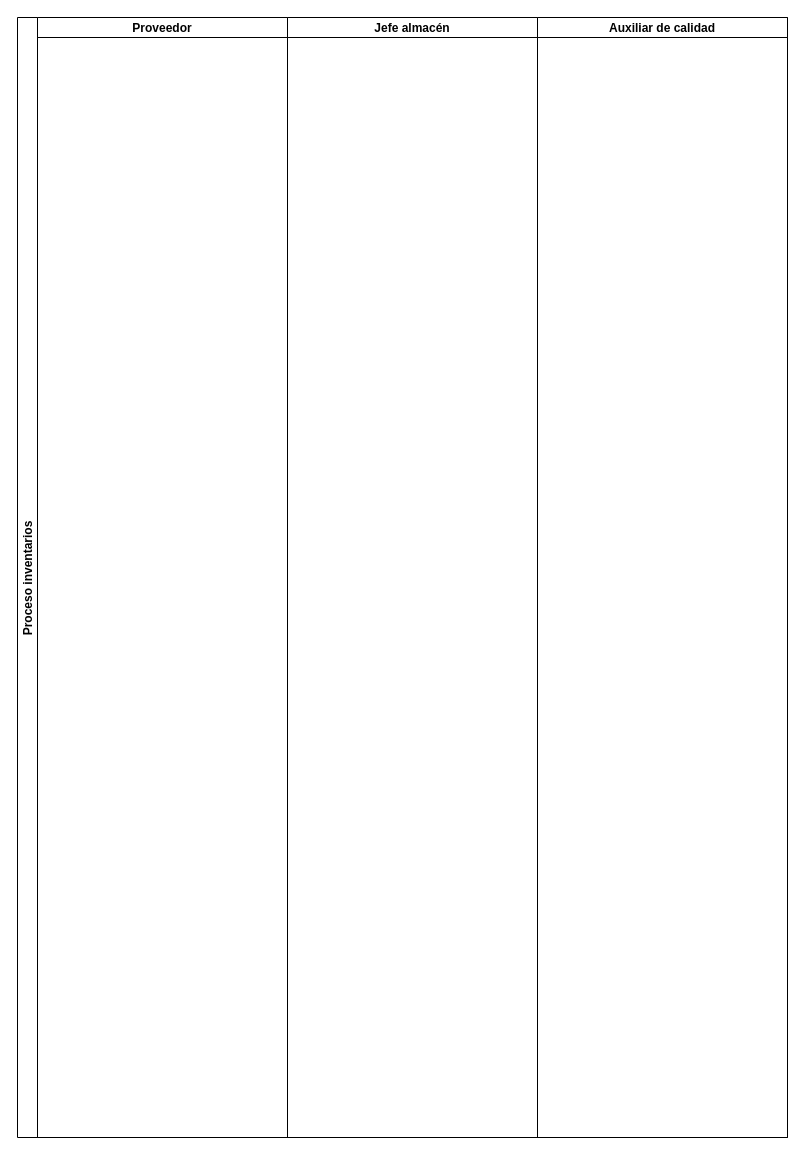
Earlier version of the draw.io diagram page "Page-1" (1 of 2) of 172285_Arandia_Proceso invetarios.drawio (FerAran/Flowchart). Source tidied: cells renumbered, new cells numbered last; positions are measured from the earlier drawing's top-left corner, leaving out a move shared by most shapes. Both pictures are drawn from the tidied source at 100%, with x=0, y=0 at pixel (17, 17).
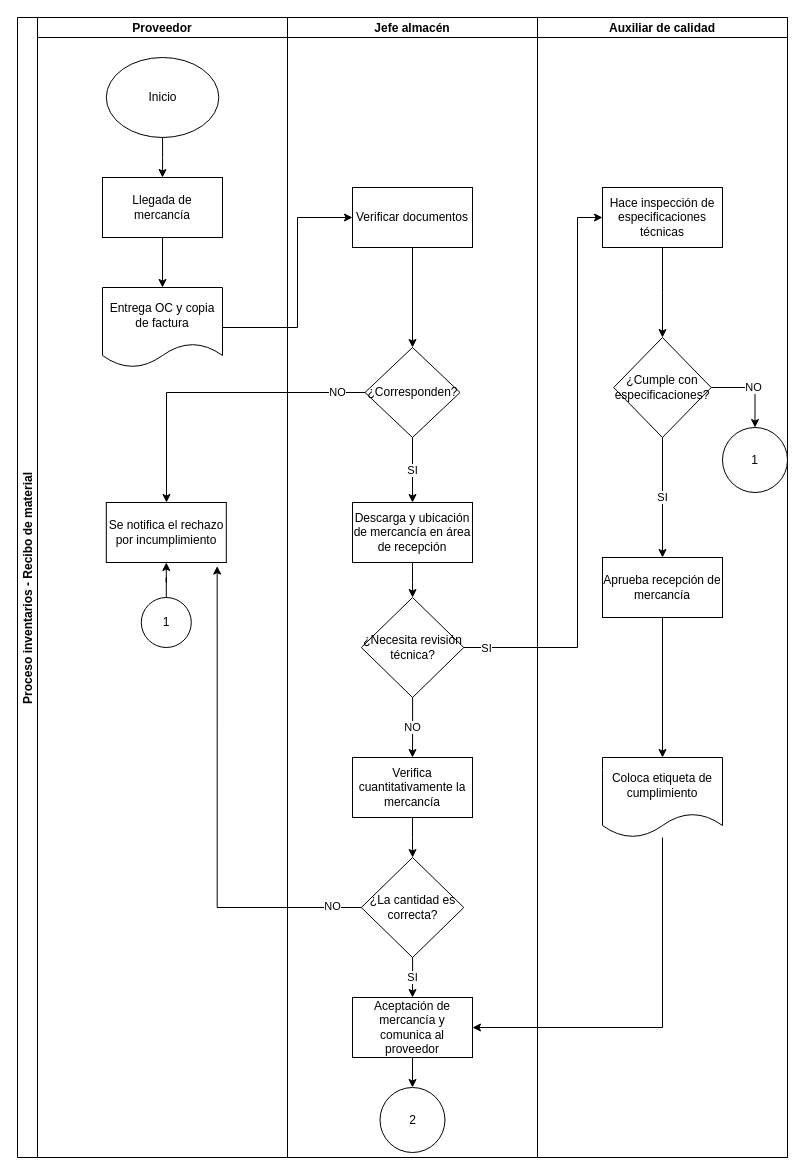
After the change.

The edit, as a diff of the source:
```diff
@@
-    <mxCell id="2" value="Proceso inventarios" style="swimlane;startSize=20;horizontal=0;" parent="1" vertex="1">
-      <mxGeometry width="770" height="1120" as="geometry" />
+    <mxCell id="2" value="Proceso inventarios - Recibo de material" style="swimlane;startSize=20;horizontal=0;" parent="1" vertex="1">
+      <mxGeometry width="770" height="1140" as="geometry" />
     </mxCell>
     <mxCell id="3" value="Proveedor" style="swimlane;startSize=20;" parent="2" vertex="1">
-      <mxGeometry x="20" width="250" height="1120" as="geometry" />
+      <mxGeometry x="20" width="250" height="1140" as="geometry" />
     </mxCell>
+    <mxCell id="6" value="Inicio" style="ellipse;whiteSpace=wrap;html=1;" parent="3" vertex="1">
+      <mxGeometry x="68.8" y="40" width="112.5" height="80" as="geometry" />
+    </mxCell>
+    <mxCell id="7" style="edgeStyle=orthogonalEdgeStyle;rounded=0;jettySize=auto;html=1;" parent="3" edge="1" source="8" target="10">
+      <mxGeometry relative="1" as="geometry" />
+    </mxCell>
+    <mxCell id="8" value="Llegada de mercancía" style="whiteSpace=wrap;html=1;" parent="3" vertex="1">
+      <mxGeometry x="65" y="160" width="120" height="60" as="geometry" />
+    </mxCell>
+    <mxCell id="9" style="edgeStyle=orthogonalEdgeStyle;rounded=0;jettySize=auto;html=1;" parent="3" edge="1" source="6" target="8">
+      <mxGeometry relative="1" as="geometry" />
+    </mxCell>
+    <mxCell id="10" value="Entrega OC y copia de factura" style="shape=document;whiteSpace=wrap;html=1;boundedLbl=1;" parent="3" vertex="1">
+      <mxGeometry x="65" y="270" width="120" height="80" as="geometry" />
+    </mxCell>
+    <mxCell id="11" value="Se notifica el rechazo por incumplimiento" style="whiteSpace=wrap;html=1;" parent="3" vertex="1">
+      <mxGeometry x="68.8" y="485" width="120" height="60" as="geometry" />
+    </mxCell>
+    <mxCell id="12" style="edgeStyle=orthogonalEdgeStyle;rounded=0;jettySize=auto;html=1;" parent="3" edge="1" source="13" target="11">
+      <mxGeometry relative="1" as="geometry" />
+    </mxCell>
+    <mxCell id="13" value="1" style="ellipse;whiteSpace=wrap;html=1;" parent="3" vertex="1">
+      <mxGeometry x="103.8" y="580" width="50" height="50" as="geometry" />
+    </mxCell>
     <mxCell id="4" value="Jefe almacén" style="swimlane;startSize=20;" parent="2" vertex="1">
-      <mxGeometry x="270" width="250" height="1120" as="geometry" />
+      <mxGeometry x="270" width="250" height="1140" as="geometry" />
     </mxCell>
+    <mxCell id="14" style="edgeStyle=orthogonalEdgeStyle;rounded=0;jettySize=auto;html=1;" parent="4" edge="1" source="15" target="16">
+      <mxGeometry relative="1" as="geometry" />
+    </mxCell>
+    <mxCell id="15" value="Verificar documentos" style="whiteSpace=wrap;html=1;" parent="4" vertex="1">
+      <mxGeometry x="65" y="170" width="120" height="60" as="geometry" />
+    </mxCell>
+    <mxCell id="16" value="¿Corresponden?" style="rhombus;whiteSpace=wrap;html=1;" parent="4" vertex="1">
+      <mxGeometry x="77.5" y="330" width="95" height="90" as="geometry" />
+    </mxCell>
+    <mxCell id="17" style="edgeStyle=orthogonalEdgeStyle;rounded=0;jettySize=auto;html=1;" parent="4" edge="1" source="18" target="21">
+      <mxGeometry relative="1" as="geometry" />
+    </mxCell>
+    <mxCell id="18" value="Descarga y ubicación de mercancía en área de recepción" style="whiteSpace=wrap;html=1;" parent="4" vertex="1">
+      <mxGeometry x="65" y="485" width="120" height="60" as="geometry" />
+    </mxCell>
+    <mxCell id="19" value="SI" style="edgeStyle=orthogonalEdgeStyle;rounded=0;jettySize=auto;html=1;" parent="4" edge="1" source="16" target="18">
+      <mxGeometry relative="1" as="geometry" />
+    </mxCell>
+    <mxCell id="20" value="NO" style="edgeStyle=orthogonalEdgeStyle;rounded=0;jettySize=auto;html=1;" parent="4" edge="1" source="21" target="23">
+      <mxGeometry relative="1" as="geometry" />
+    </mxCell>
+    <mxCell id="21" value="¿Necesita revisión técnica?" style="rhombus;whiteSpace=wrap;html=1;" parent="4" vertex="1">
+      <mxGeometry x="73.8" y="580" width="102.5" height="100" as="geometry" />
+    </mxCell>
+    <mxCell id="22" style="edgeStyle=orthogonalEdgeStyle;rounded=0;jettySize=auto;html=1;" parent="4" edge="1" source="23" target="25">
+      <mxGeometry relative="1" as="geometry" />
+    </mxCell>
+    <mxCell id="23" value="Verifica cuantitativamente la mercancía" style="whiteSpace=wrap;html=1;" parent="4" vertex="1">
+      <mxGeometry x="65" y="740" width="120" height="60" as="geometry" />
+    </mxCell>
+    <mxCell id="24" value="SI" style="edgeStyle=orthogonalEdgeStyle;rounded=0;jettySize=auto;html=1;" parent="4" edge="1" source="25" target="27">
+      <mxGeometry relative="1" as="geometry" />
+    </mxCell>
+    <mxCell id="25" value="¿La cantidad es correcta?" style="rhombus;whiteSpace=wrap;html=1;" parent="4" vertex="1">
+      <mxGeometry x="73.8" y="840" width="102.5" height="100" as="geometry" />
+    </mxCell>
+    <mxCell id="26" style="edgeStyle=orthogonalEdgeStyle;rounded=0;jettySize=auto;html=1;entryX=0.5;entryY=0;entryDx=0;entryDy=0;" parent="4" edge="1" source="27" target="28">
+      <mxGeometry relative="1" as="geometry" />
+    </mxCell>
+    <mxCell id="27" value="Aceptación de mercancía y comunica al proveedor" style="whiteSpace=wrap;html=1;" parent="4" vertex="1">
+      <mxGeometry x="65" y="980" width="120" height="60" as="geometry" />
+    </mxCell>
+    <mxCell id="28" value="2" style="ellipse;whiteSpace=wrap;html=1;" parent="4" vertex="1">
+      <mxGeometry x="92.5" y="1070" width="65" height="65" as="geometry" />
+    </mxCell>
     <mxCell id="5" value="Auxiliar de calidad" style="swimlane;startSize=20;" parent="2" vertex="1">
-      <mxGeometry x="520" width="250" height="1120" as="geometry" />
+      <mxGeometry x="520" width="250" height="1140" as="geometry" />
     </mxCell>
+    <mxCell id="29" value="Hace inspección de especificaciones técnicas" style="whiteSpace=wrap;html=1;" parent="5" vertex="1">
+      <mxGeometry x="65" y="170" width="120" height="60" as="geometry" />
+    </mxCell>
+    <mxCell id="30" value="NO" style="edgeStyle=orthogonalEdgeStyle;rounded=0;jettySize=auto;html=1;entryX=0.5;entryY=0;entryDx=0;entryDy=0;" parent="5" edge="1" source="31" target="33">
+      <mxGeometry relative="1" as="geometry">
+        <Array as="points">
+          <mxPoint x="218" y="370" />
+        </Array>
+      </mxGeometry>
+    </mxCell>
+    <mxCell id="31" value="¿Cumple con especificaciones?" style="rhombus;whiteSpace=wrap;html=1;" parent="5" vertex="1">
+      <mxGeometry x="76.2" y="320" width="97.5" height="100" as="geometry" />
+    </mxCell>
+    <mxCell id="32" style="edgeStyle=orthogonalEdgeStyle;rounded=0;jettySize=auto;html=1;" parent="5" edge="1" source="29" target="31">
+      <mxGeometry relative="1" as="geometry" />
+    </mxCell>
+    <mxCell id="33" value="1" style="ellipse;whiteSpace=wrap;html=1;" parent="5" vertex="1">
+      <mxGeometry x="185" y="410" width="65" height="65" as="geometry" />
+    </mxCell>
+    <mxCell id="34" value="Coloca etiqueta de cumplimiento" style="shape=document;whiteSpace=wrap;html=1;boundedLbl=1;" parent="5" vertex="1">
+      <mxGeometry x="65" y="740" width="120" height="80" as="geometry" />
+    </mxCell>
+    <mxCell id="35" value="NO" style="edgeStyle=orthogonalEdgeStyle;rounded=0;jettySize=auto;html=1;exitX=0;exitY=0.5;exitDx=0;exitDy=0;" parent="2" edge="1" source="16" target="11">
+      <mxGeometry x="-0.82" relative="1" as="geometry">
+        <Array as="points">
+          <mxPoint x="149" y="375" />
+        </Array>
+      </mxGeometry>
+    </mxCell>
+    <mxCell id="36" style="edgeStyle=orthogonalEdgeStyle;rounded=0;jettySize=auto;html=1;exitX=1;exitY=0.5;exitDx=0;exitDy=0;entryX=0;entryY=0.5;entryDx=0;entryDy=0;" parent="2" edge="1" source="10" target="15">
+      <mxGeometry relative="1" as="geometry">
+        <Array as="points">
+          <mxPoint x="280" y="310" />
+          <mxPoint x="280" y="200" />
+        </Array>
+      </mxGeometry>
+    </mxCell>
+    <mxCell id="37" style="edgeStyle=orthogonalEdgeStyle;rounded=0;jettySize=auto;html=1;" parent="2" edge="1" source="21" target="29">
+      <mxGeometry relative="1" as="geometry">
+        <Array as="points">
+          <mxPoint x="560" y="630" />
+          <mxPoint x="560" y="200" />
+        </Array>
+      </mxGeometry>
+    </mxCell>
+    <mxCell id="38" value="SI" style="edgeLabel;html=1;align=center;verticalAlign=middle;" parent="37" vertex="1">
+      <mxGeometry x="-0.76" y="-1" relative="1" as="geometry">
+        <mxPoint x="-46" y="-1" as="offset" />
+      </mxGeometry>
+    </mxCell>
+    <mxCell id="39" style="edgeStyle=orthogonalEdgeStyle;rounded=0;jettySize=auto;html=1;entryX=0.924;entryY=1.061;entryDx=0;entryDy=0;entryPerimeter=0;" parent="2" edge="1" source="25" target="11">
+      <mxGeometry relative="1" as="geometry" />
+    </mxCell>
+    <mxCell id="40" value="NO" style="edgeLabel;html=1;align=center;verticalAlign=middle;" parent="39" vertex="1">
+      <mxGeometry x="-0.88" y="-2" relative="1" as="geometry" />
+    </mxCell>
+    <mxCell id="41" style="edgeStyle=orthogonalEdgeStyle;rounded=0;jettySize=auto;html=1;entryX=1;entryY=0.5;entryDx=0;entryDy=0;" parent="2" edge="1" source="34" target="27">
+      <mxGeometry relative="1" as="geometry">
+        <Array as="points">
+          <mxPoint x="645" y="1010" />
+        </Array>
+      </mxGeometry>
+    </mxCell>
+    <mxCell id="42" style="edgeStyle=orthogonalEdgeStyle;rounded=0;jettySize=auto;html=1;" parent="1" edge="1" source="43" target="34">
+      <mxGeometry relative="1" as="geometry" />
+    </mxCell>
+    <mxCell id="43" value="Aprueba recepción de mercancía" style="whiteSpace=wrap;html=1;" parent="1" vertex="1">
+      <mxGeometry x="585" y="540" width="120" height="60" as="geometry" />
+    </mxCell>
+    <mxCell id="44" value="SI" style="edgeStyle=orthogonalEdgeStyle;rounded=0;jettySize=auto;html=1;" parent="1" edge="1" source="31" target="43">
+      <mxGeometry relative="1" as="geometry" />
+    </mxCell>
```
